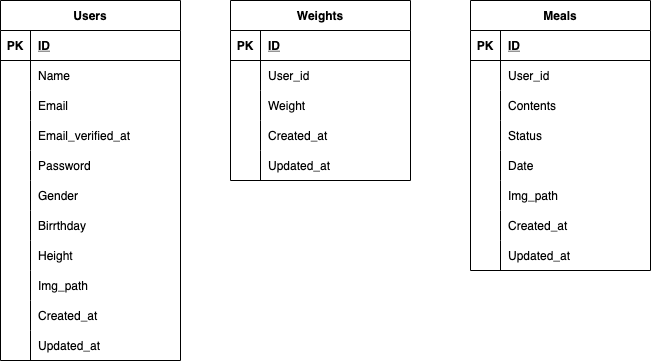
This is health.drawio.png from kananilai/graduation_research, a draw.io export, as it was before one commit. Source tidied: cells renumbered, new cells last; positions are measured from the earlier drawing's top-left corner, leaving out a move shared by most shapes. The source it was exported from:
```xml
<mxGraphModel>
  <root>
    <mxCell id="0" />
    <mxCell id="1" parent="0" />
    <mxCell id="2" value="Users" style="shape=table;startSize=30;rowLines=0;fontStyle=1;align=center;" parent="1" vertex="1">
      <mxGeometry width="180" height="360" as="geometry" />
    </mxCell>
    <mxCell id="3" style="shape=partialRectangle;fillColor=none;top=0;left=0;bottom=1;right=0;" parent="2" vertex="1">
      <mxGeometry y="30" width="180" height="30" as="geometry" />
    </mxCell>
    <mxCell id="4" value="PK" style="shape=partialRectangle;fillColor=none;top=0;left=0;bottom=0;right=0;fontStyle=1;overflow=hidden;" parent="3" vertex="1">
      <mxGeometry width="30" height="30" as="geometry" />
    </mxCell>
    <mxCell id="5" value="ID" style="shape=partialRectangle;fillColor=none;top=0;left=0;bottom=0;right=0;align=left;spacingLeft=6;fontStyle=5;overflow=hidden;" parent="3" vertex="1">
      <mxGeometry x="30" width="150" height="30" as="geometry" />
    </mxCell>
    <mxCell id="6" style="shape=partialRectangle;fillColor=none;top=0;left=0;bottom=0;right=0;" parent="2" vertex="1">
      <mxGeometry y="60" width="180" height="30" as="geometry" />
    </mxCell>
    <mxCell id="7" style="shape=partialRectangle;fillColor=none;top=0;left=0;bottom=0;right=0;overflow=hidden;" parent="6" vertex="1">
      <mxGeometry width="30" height="30" as="geometry" />
    </mxCell>
    <mxCell id="8" value="Name" style="shape=partialRectangle;fillColor=none;top=0;left=0;bottom=0;right=0;align=left;spacingLeft=6;overflow=hidden;" parent="6" vertex="1">
      <mxGeometry x="30" width="150" height="30" as="geometry" />
    </mxCell>
    <mxCell id="9" style="shape=partialRectangle;fillColor=none;top=0;left=0;bottom=0;right=0;" parent="2" vertex="1">
      <mxGeometry y="90" width="180" height="30" as="geometry" />
    </mxCell>
    <mxCell id="10" style="shape=partialRectangle;fillColor=none;top=0;left=0;bottom=0;right=0;overflow=hidden;" parent="9" vertex="1">
      <mxGeometry width="30" height="30" as="geometry" />
    </mxCell>
    <mxCell id="11" value="Email" style="shape=partialRectangle;fillColor=none;top=0;left=0;bottom=0;right=0;align=left;spacingLeft=6;overflow=hidden;" parent="9" vertex="1">
      <mxGeometry x="30" width="150" height="30" as="geometry" />
    </mxCell>
    <mxCell id="12" style="shape=partialRectangle;fillColor=none;top=0;left=0;bottom=0;right=0;" parent="2" vertex="1">
      <mxGeometry y="120" width="180" height="30" as="geometry" />
    </mxCell>
    <mxCell id="13" style="shape=partialRectangle;fillColor=none;top=0;left=0;bottom=0;right=0;overflow=hidden;" parent="12" vertex="1">
      <mxGeometry width="30" height="30" as="geometry" />
    </mxCell>
    <mxCell id="14" value="Email_verified_at" style="shape=partialRectangle;fillColor=none;top=0;left=0;bottom=0;right=0;align=left;spacingLeft=6;overflow=hidden;" parent="12" vertex="1">
      <mxGeometry x="30" width="150" height="30" as="geometry" />
    </mxCell>
    <mxCell id="15" style="shape=partialRectangle;fillColor=none;top=0;left=0;bottom=0;right=0;" parent="2" vertex="1">
      <mxGeometry y="150" width="180" height="30" as="geometry" />
    </mxCell>
    <mxCell id="16" style="shape=partialRectangle;fillColor=none;top=0;left=0;bottom=0;right=0;overflow=hidden;" parent="15" vertex="1">
      <mxGeometry width="30" height="30" as="geometry" />
    </mxCell>
    <mxCell id="17" value="Password" style="shape=partialRectangle;fillColor=none;top=0;left=0;bottom=0;right=0;align=left;spacingLeft=6;overflow=hidden;" parent="15" vertex="1">
      <mxGeometry x="30" width="150" height="30" as="geometry" />
    </mxCell>
    <mxCell id="18" style="shape=partialRectangle;fillColor=none;top=0;left=0;bottom=0;right=0;" parent="2" vertex="1">
      <mxGeometry y="180" width="180" height="30" as="geometry" />
    </mxCell>
    <mxCell id="19" style="shape=partialRectangle;fillColor=none;top=0;left=0;bottom=0;right=0;overflow=hidden;" parent="18" vertex="1">
      <mxGeometry width="30" height="30" as="geometry" />
    </mxCell>
    <mxCell id="20" value="Gender" style="shape=partialRectangle;fillColor=none;top=0;left=0;bottom=0;right=0;align=left;spacingLeft=6;overflow=hidden;" parent="18" vertex="1">
      <mxGeometry x="30" width="150" height="30" as="geometry" />
    </mxCell>
    <mxCell id="21" style="shape=partialRectangle;fillColor=none;top=0;left=0;bottom=0;right=0;" parent="2" vertex="1">
      <mxGeometry y="210" width="180" height="30" as="geometry" />
    </mxCell>
    <mxCell id="22" style="shape=partialRectangle;fillColor=none;top=0;left=0;bottom=0;right=0;overflow=hidden;" parent="21" vertex="1">
      <mxGeometry width="30" height="30" as="geometry" />
    </mxCell>
    <mxCell id="23" value="Birrthday" style="shape=partialRectangle;fillColor=none;top=0;left=0;bottom=0;right=0;align=left;spacingLeft=6;overflow=hidden;" parent="21" vertex="1">
      <mxGeometry x="30" width="150" height="30" as="geometry" />
    </mxCell>
    <mxCell id="24" style="shape=partialRectangle;fillColor=none;top=0;left=0;bottom=0;right=0;" parent="2" vertex="1">
      <mxGeometry y="240" width="180" height="30" as="geometry" />
    </mxCell>
    <mxCell id="25" style="shape=partialRectangle;fillColor=none;top=0;left=0;bottom=0;right=0;overflow=hidden;" parent="24" vertex="1">
      <mxGeometry width="30" height="30" as="geometry" />
    </mxCell>
    <mxCell id="26" value="Height" style="shape=partialRectangle;fillColor=none;top=0;left=0;bottom=0;right=0;align=left;spacingLeft=6;overflow=hidden;" parent="24" vertex="1">
      <mxGeometry x="30" width="150" height="30" as="geometry" />
    </mxCell>
    <mxCell id="27" style="shape=partialRectangle;fillColor=none;top=0;left=0;bottom=0;right=0;" parent="2" vertex="1">
      <mxGeometry y="270" width="180" height="30" as="geometry" />
    </mxCell>
    <mxCell id="28" style="shape=partialRectangle;fillColor=none;top=0;left=0;bottom=0;right=0;overflow=hidden;" parent="27" vertex="1">
      <mxGeometry width="30" height="30" as="geometry" />
    </mxCell>
    <mxCell id="29" value="Img_path" style="shape=partialRectangle;fillColor=none;top=0;left=0;bottom=0;right=0;align=left;spacingLeft=6;overflow=hidden;" parent="27" vertex="1">
      <mxGeometry x="30" width="150" height="30" as="geometry" />
    </mxCell>
    <mxCell id="30" style="shape=partialRectangle;fillColor=none;top=0;left=0;bottom=0;right=0;" parent="2" vertex="1">
      <mxGeometry y="300" width="180" height="30" as="geometry" />
    </mxCell>
    <mxCell id="31" style="shape=partialRectangle;fillColor=none;top=0;left=0;bottom=0;right=0;overflow=hidden;" parent="30" vertex="1">
      <mxGeometry width="30" height="30" as="geometry" />
    </mxCell>
    <mxCell id="32" value="Created_at" style="shape=partialRectangle;fillColor=none;top=0;left=0;bottom=0;right=0;align=left;spacingLeft=6;overflow=hidden;" parent="30" vertex="1">
      <mxGeometry x="30" width="150" height="30" as="geometry" />
    </mxCell>
    <mxCell id="33" style="shape=partialRectangle;fillColor=none;top=0;left=0;bottom=0;right=0;" parent="2" vertex="1">
      <mxGeometry y="330" width="180" height="30" as="geometry" />
    </mxCell>
    <mxCell id="34" style="shape=partialRectangle;fillColor=none;top=0;left=0;bottom=0;right=0;overflow=hidden;" parent="33" vertex="1">
      <mxGeometry width="30" height="30" as="geometry" />
    </mxCell>
    <mxCell id="35" value="Updated_at" style="shape=partialRectangle;fillColor=none;top=0;left=0;bottom=0;right=0;align=left;spacingLeft=6;overflow=hidden;" parent="33" vertex="1">
      <mxGeometry x="30" width="150" height="30" as="geometry" />
    </mxCell>
    <mxCell id="36" value="Weights" style="shape=table;startSize=30;rowLines=0;fontStyle=1;align=center;" parent="1" vertex="1">
      <mxGeometry x="230" width="180" height="180" as="geometry" />
    </mxCell>
    <mxCell id="37" style="shape=partialRectangle;fillColor=none;top=0;left=0;bottom=1;right=0;" parent="36" vertex="1">
      <mxGeometry y="30" width="180" height="30" as="geometry" />
    </mxCell>
    <mxCell id="38" value="PK" style="shape=partialRectangle;fillColor=none;top=0;left=0;bottom=0;right=0;fontStyle=1;overflow=hidden;" parent="37" vertex="1">
      <mxGeometry width="30" height="30" as="geometry" />
    </mxCell>
    <mxCell id="39" value="ID" style="shape=partialRectangle;fillColor=none;top=0;left=0;bottom=0;right=0;align=left;spacingLeft=6;fontStyle=5;overflow=hidden;" parent="37" vertex="1">
      <mxGeometry x="30" width="150" height="30" as="geometry" />
    </mxCell>
    <mxCell id="40" style="shape=partialRectangle;fillColor=none;top=0;left=0;bottom=0;right=0;" parent="36" vertex="1">
      <mxGeometry y="60" width="180" height="30" as="geometry" />
    </mxCell>
    <mxCell id="41" style="shape=partialRectangle;fillColor=none;top=0;left=0;bottom=0;right=0;overflow=hidden;" parent="40" vertex="1">
      <mxGeometry width="30" height="30" as="geometry" />
    </mxCell>
    <mxCell id="42" value="User_id" style="shape=partialRectangle;fillColor=none;top=0;left=0;bottom=0;right=0;align=left;spacingLeft=6;overflow=hidden;" parent="40" vertex="1">
      <mxGeometry x="30" width="150" height="30" as="geometry" />
    </mxCell>
    <mxCell id="43" style="shape=partialRectangle;fillColor=none;top=0;left=0;bottom=0;right=0;" parent="36" vertex="1">
      <mxGeometry y="90" width="180" height="30" as="geometry" />
    </mxCell>
    <mxCell id="44" style="shape=partialRectangle;fillColor=none;top=0;left=0;bottom=0;right=0;overflow=hidden;" parent="43" vertex="1">
      <mxGeometry width="30" height="30" as="geometry" />
    </mxCell>
    <mxCell id="45" value="Weight" style="shape=partialRectangle;fillColor=none;top=0;left=0;bottom=0;right=0;align=left;spacingLeft=6;overflow=hidden;" parent="43" vertex="1">
      <mxGeometry x="30" width="150" height="30" as="geometry" />
    </mxCell>
    <mxCell id="46" style="shape=partialRectangle;fillColor=none;top=0;left=0;bottom=0;right=0;" parent="36" vertex="1">
      <mxGeometry y="120" width="180" height="30" as="geometry" />
    </mxCell>
    <mxCell id="47" style="shape=partialRectangle;fillColor=none;top=0;left=0;bottom=0;right=0;overflow=hidden;" parent="46" vertex="1">
      <mxGeometry width="30" height="30" as="geometry" />
    </mxCell>
    <mxCell id="48" value="Created_at" style="shape=partialRectangle;fillColor=none;top=0;left=0;bottom=0;right=0;align=left;spacingLeft=6;overflow=hidden;" parent="46" vertex="1">
      <mxGeometry x="30" width="150" height="30" as="geometry" />
    </mxCell>
    <mxCell id="49" style="shape=partialRectangle;fillColor=none;top=0;left=0;bottom=0;right=0;" parent="36" vertex="1">
      <mxGeometry y="150" width="180" height="30" as="geometry" />
    </mxCell>
    <mxCell id="50" style="shape=partialRectangle;fillColor=none;top=0;left=0;bottom=0;right=0;overflow=hidden;" parent="49" vertex="1">
      <mxGeometry width="30" height="30" as="geometry" />
    </mxCell>
    <mxCell id="51" value="Updated_at" style="shape=partialRectangle;fillColor=none;top=0;left=0;bottom=0;right=0;align=left;spacingLeft=6;overflow=hidden;" parent="49" vertex="1">
      <mxGeometry x="30" width="150" height="30" as="geometry" />
    </mxCell>
    <mxCell id="52" value="Meals" style="shape=table;startSize=30;rowLines=0;fontStyle=1;align=center;" parent="1" vertex="1">
      <mxGeometry x="470" width="180" height="270" as="geometry" />
    </mxCell>
    <mxCell id="53" style="shape=partialRectangle;fillColor=none;top=0;left=0;bottom=1;right=0;" parent="52" vertex="1">
      <mxGeometry y="30" width="180" height="30" as="geometry" />
    </mxCell>
    <mxCell id="54" value="PK" style="shape=partialRectangle;fillColor=none;top=0;left=0;bottom=0;right=0;fontStyle=1;overflow=hidden;" parent="53" vertex="1">
      <mxGeometry width="30" height="30" as="geometry" />
    </mxCell>
    <mxCell id="55" value="ID" style="shape=partialRectangle;fillColor=none;top=0;left=0;bottom=0;right=0;align=left;spacingLeft=6;fontStyle=5;overflow=hidden;" parent="53" vertex="1">
      <mxGeometry x="30" width="150" height="30" as="geometry" />
    </mxCell>
    <mxCell id="56" style="shape=partialRectangle;fillColor=none;top=0;left=0;bottom=0;right=0;" parent="52" vertex="1">
      <mxGeometry y="60" width="180" height="30" as="geometry" />
    </mxCell>
    <mxCell id="57" style="shape=partialRectangle;fillColor=none;top=0;left=0;bottom=0;right=0;overflow=hidden;" parent="56" vertex="1">
      <mxGeometry width="30" height="30" as="geometry" />
    </mxCell>
    <mxCell id="58" value="User_id" style="shape=partialRectangle;fillColor=none;top=0;left=0;bottom=0;right=0;align=left;spacingLeft=6;overflow=hidden;" parent="56" vertex="1">
      <mxGeometry x="30" width="150" height="30" as="geometry" />
    </mxCell>
    <mxCell id="59" style="shape=partialRectangle;fillColor=none;top=0;left=0;bottom=0;right=0;" parent="52" vertex="1">
      <mxGeometry y="90" width="180" height="30" as="geometry" />
    </mxCell>
    <mxCell id="60" style="shape=partialRectangle;fillColor=none;top=0;left=0;bottom=0;right=0;overflow=hidden;" parent="59" vertex="1">
      <mxGeometry width="30" height="30" as="geometry" />
    </mxCell>
    <mxCell id="61" value="Contents" style="shape=partialRectangle;fillColor=none;top=0;left=0;bottom=0;right=0;align=left;spacingLeft=6;overflow=hidden;" parent="59" vertex="1">
      <mxGeometry x="30" width="150" height="30" as="geometry" />
    </mxCell>
    <mxCell id="62" style="shape=partialRectangle;fillColor=none;top=0;left=0;bottom=0;right=0;" parent="52" vertex="1">
      <mxGeometry y="120" width="180" height="30" as="geometry" />
    </mxCell>
    <mxCell id="63" style="shape=partialRectangle;fillColor=none;top=0;left=0;bottom=0;right=0;overflow=hidden;" parent="62" vertex="1">
      <mxGeometry width="30" height="30" as="geometry" />
    </mxCell>
    <mxCell id="64" value="Status" style="shape=partialRectangle;fillColor=none;top=0;left=0;bottom=0;right=0;align=left;spacingLeft=6;overflow=hidden;" parent="62" vertex="1">
      <mxGeometry x="30" width="150" height="30" as="geometry" />
    </mxCell>
    <mxCell id="65" style="shape=partialRectangle;fillColor=none;top=0;left=0;bottom=0;right=0;" parent="52" vertex="1">
      <mxGeometry y="150" width="180" height="30" as="geometry" />
    </mxCell>
    <mxCell id="66" style="shape=partialRectangle;fillColor=none;top=0;left=0;bottom=0;right=0;overflow=hidden;" parent="65" vertex="1">
      <mxGeometry width="30" height="30" as="geometry" />
    </mxCell>
    <mxCell id="67" value="Date" style="shape=partialRectangle;fillColor=none;top=0;left=0;bottom=0;right=0;align=left;spacingLeft=6;overflow=hidden;" parent="65" vertex="1">
      <mxGeometry x="30" width="150" height="30" as="geometry" />
    </mxCell>
    <mxCell id="68" style="shape=partialRectangle;fillColor=none;top=0;left=0;bottom=0;right=0;" parent="52" vertex="1">
      <mxGeometry y="180" width="180" height="30" as="geometry" />
    </mxCell>
    <mxCell id="69" style="shape=partialRectangle;fillColor=none;top=0;left=0;bottom=0;right=0;overflow=hidden;" parent="68" vertex="1">
      <mxGeometry width="30" height="30" as="geometry" />
    </mxCell>
    <mxCell id="70" value="Img_path" style="shape=partialRectangle;fillColor=none;top=0;left=0;bottom=0;right=0;align=left;spacingLeft=6;overflow=hidden;" parent="68" vertex="1">
      <mxGeometry x="30" width="150" height="30" as="geometry" />
    </mxCell>
    <mxCell id="71" style="shape=partialRectangle;fillColor=none;top=0;left=0;bottom=0;right=0;" parent="52" vertex="1">
      <mxGeometry y="210" width="180" height="30" as="geometry" />
    </mxCell>
    <mxCell id="72" style="shape=partialRectangle;fillColor=none;top=0;left=0;bottom=0;right=0;overflow=hidden;" parent="71" vertex="1">
      <mxGeometry width="30" height="30" as="geometry" />
    </mxCell>
    <mxCell id="73" value="Created_at" style="shape=partialRectangle;fillColor=none;top=0;left=0;bottom=0;right=0;align=left;spacingLeft=6;overflow=hidden;" parent="71" vertex="1">
      <mxGeometry x="30" width="150" height="30" as="geometry" />
    </mxCell>
    <mxCell id="74" style="shape=partialRectangle;fillColor=none;top=0;left=0;bottom=0;right=0;" parent="52" vertex="1">
      <mxGeometry y="240" width="180" height="30" as="geometry" />
    </mxCell>
    <mxCell id="75" style="shape=partialRectangle;fillColor=none;top=0;left=0;bottom=0;right=0;overflow=hidden;" parent="74" vertex="1">
      <mxGeometry width="30" height="30" as="geometry" />
    </mxCell>
    <mxCell id="76" value="Updated_at" style="shape=partialRectangle;fillColor=none;top=0;left=0;bottom=0;right=0;align=left;spacingLeft=6;overflow=hidden;" parent="74" vertex="1">
      <mxGeometry x="30" width="150" height="30" as="geometry" />
    </mxCell>
  </root>
</mxGraphModel>
```
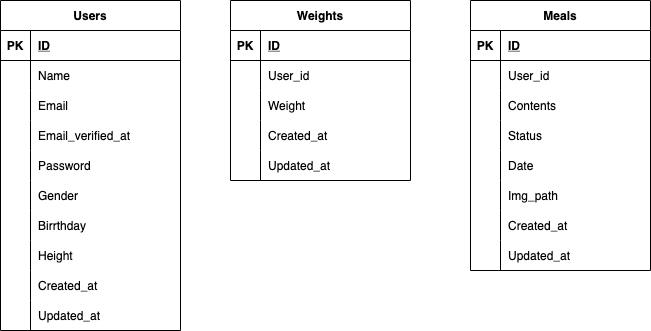
After the commit.

The edit, as a diff of the source:
```diff
@@ -3,7 +3,7 @@
     <mxCell id="0" />
     <mxCell id="1" parent="0" />
     <mxCell id="2" value="Users" style="shape=table;startSize=30;rowLines=0;fontStyle=1;align=center;" parent="1" vertex="1">
-      <mxGeometry width="180" height="360" as="geometry" />
+      <mxGeometry width="180" height="330" as="geometry" />
     </mxCell>
     <mxCell id="3" style="shape=partialRectangle;fillColor=none;top=0;left=0;bottom=1;right=0;" parent="2" vertex="1">
       <mxGeometry y="30" width="180" height="30" as="geometry" />
@@ -77,17 +77,8 @@
     <mxCell id="26" value="Height" style="shape=partialRectangle;fillColor=none;top=0;left=0;bottom=0;right=0;align=left;spacingLeft=6;overflow=hidden;" parent="24" vertex="1">
       <mxGeometry x="30" width="150" height="30" as="geometry" />
     </mxCell>
-    <mxCell id="27" style="shape=partialRectangle;fillColor=none;top=0;left=0;bottom=0;right=0;" parent="2" vertex="1">
-      <mxGeometry y="270" width="180" height="30" as="geometry" />
-    </mxCell>
-    <mxCell id="28" style="shape=partialRectangle;fillColor=none;top=0;left=0;bottom=0;right=0;overflow=hidden;" parent="27" vertex="1">
-      <mxGeometry width="30" height="30" as="geometry" />
-    </mxCell>
-    <mxCell id="29" value="Img_path" style="shape=partialRectangle;fillColor=none;top=0;left=0;bottom=0;right=0;align=left;spacingLeft=6;overflow=hidden;" parent="27" vertex="1">
-      <mxGeometry x="30" width="150" height="30" as="geometry" />
-    </mxCell>
     <mxCell id="30" style="shape=partialRectangle;fillColor=none;top=0;left=0;bottom=0;right=0;" parent="2" vertex="1">
-      <mxGeometry y="300" width="180" height="30" as="geometry" />
+      <mxGeometry y="270" width="180" height="30" as="geometry" />
     </mxCell>
     <mxCell id="31" style="shape=partialRectangle;fillColor=none;top=0;left=0;bottom=0;right=0;overflow=hidden;" parent="30" vertex="1">
       <mxGeometry width="30" height="30" as="geometry" />
@@ -96,7 +87,7 @@
       <mxGeometry x="30" width="150" height="30" as="geometry" />
     </mxCell>
     <mxCell id="33" style="shape=partialRectangle;fillColor=none;top=0;left=0;bottom=0;right=0;" parent="2" vertex="1">
-      <mxGeometry y="330" width="180" height="30" as="geometry" />
+      <mxGeometry y="300" width="180" height="30" as="geometry" />
     </mxCell>
     <mxCell id="34" style="shape=partialRectangle;fillColor=none;top=0;left=0;bottom=0;right=0;overflow=hidden;" parent="33" vertex="1">
       <mxGeometry width="30" height="30" as="geometry" />
```
